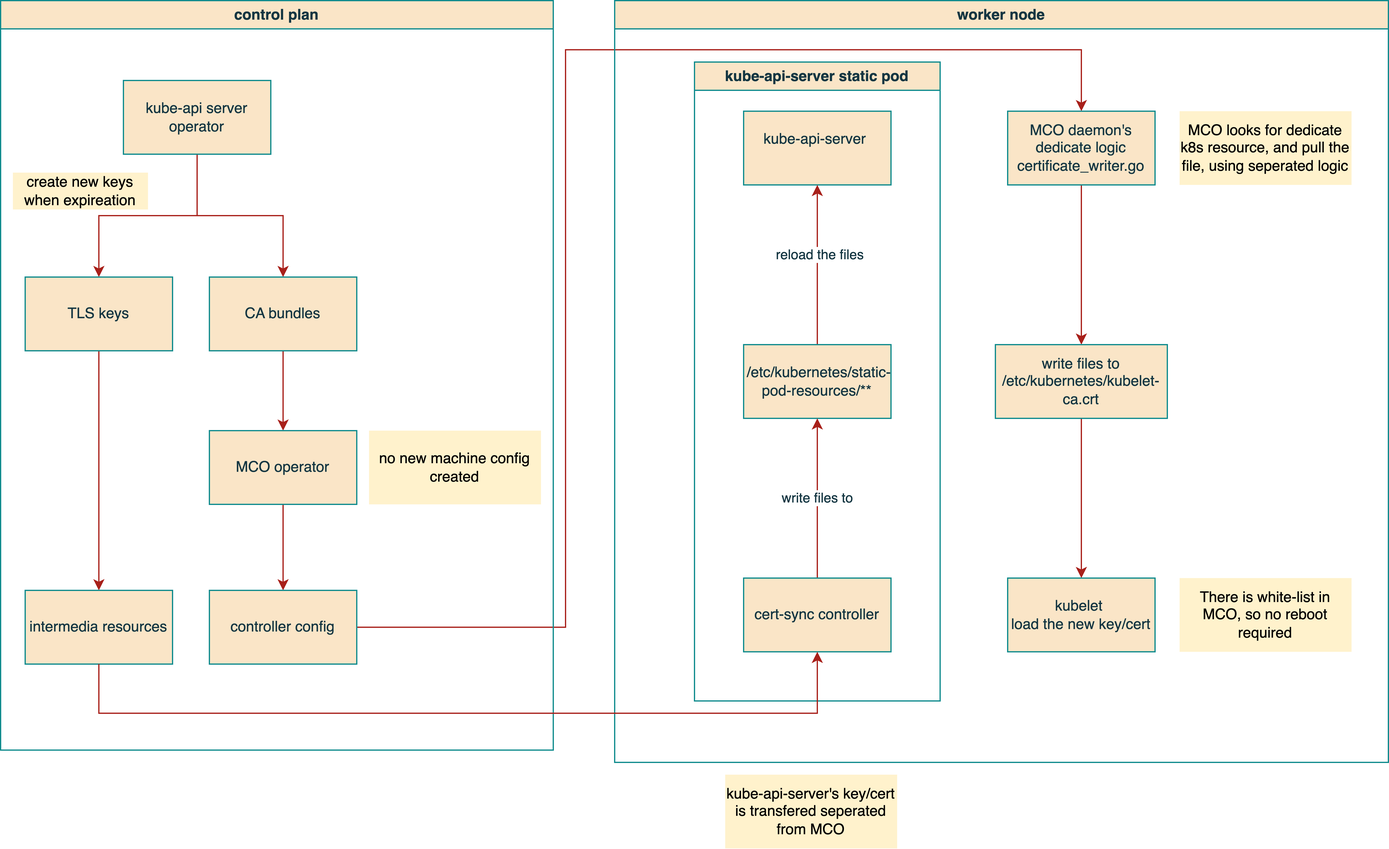
This is redhat/ocp4/4.16/dia/cert.rotation.drawio.png from wangzheng422/docker_env, a draw.io export, as it was before one commit. Source tidied: cells renumbered, new cells last; positions are measured from the earlier drawing's top-left corner, leaving out a move shared by most shapes.
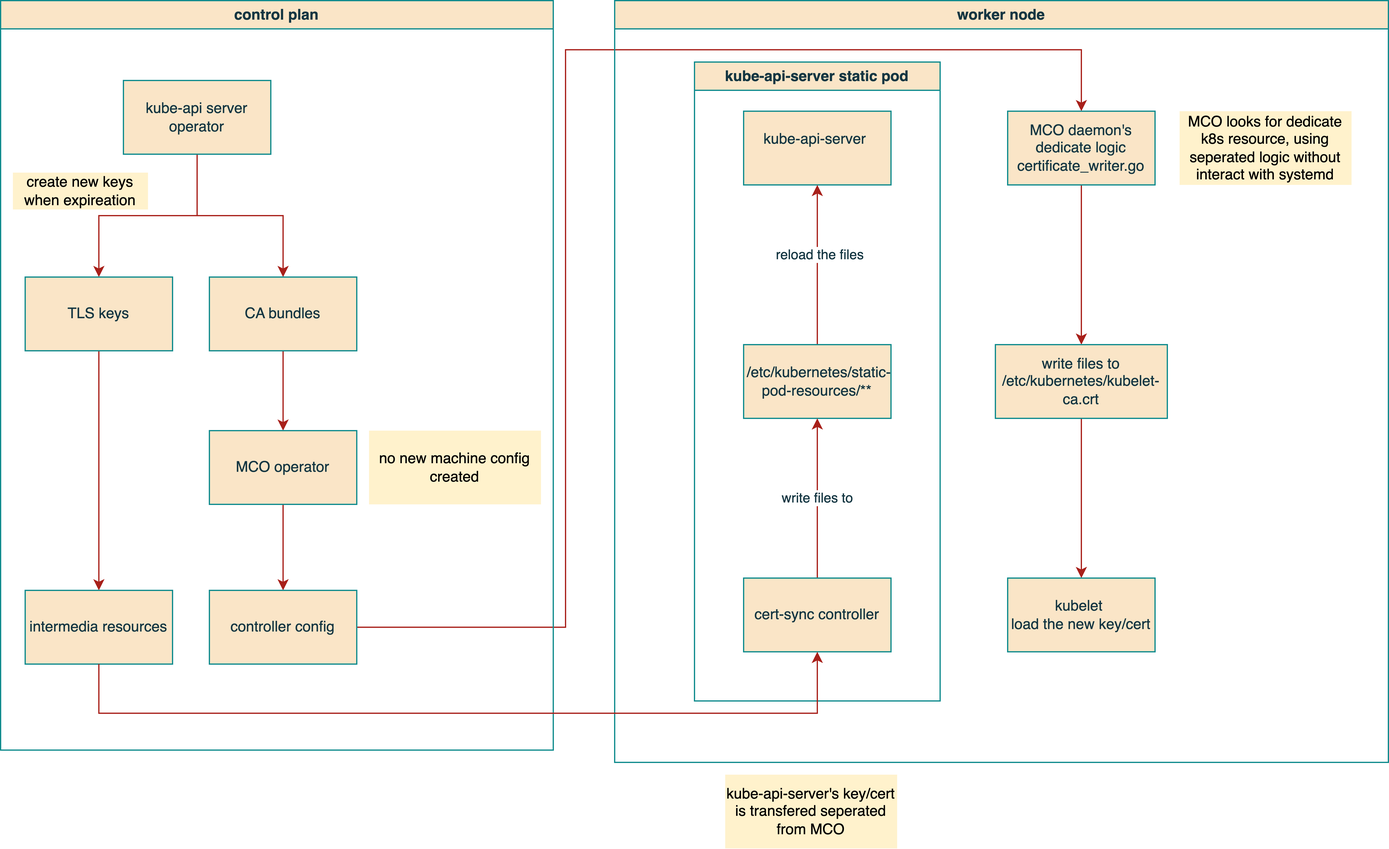
Above is the later version.

The edit, as a diff of the source:
```diff
@@ -71,7 +71,7 @@
     <mxCell id="22" value="kubelet&amp;nbsp;&lt;div&gt;load the new key/cert&lt;/div&gt;" style="rounded=0;whiteSpace=wrap;html=1;labelBackgroundColor=none;fillColor=#FAE5C7;strokeColor=#0F8B8D;fontColor=#143642;" parent="17" vertex="1">
       <mxGeometry x="320" y="470" width="120" height="60" as="geometry" />
     </mxCell>
-    <mxCell id="23" value="MCO looks for dedicate k8s resource, and pull the file, using seperated logic" style="text;html=1;align=center;verticalAlign=middle;whiteSpace=wrap;rounded=0;fillColor=#fff2cc;strokeColor=none;labelBackgroundColor=none;" parent="17" vertex="1">
+    <mxCell id="23" value="MCO looks for dedicate k8s resource, using seperated logic without interact with systemd" style="text;html=1;align=center;verticalAlign=middle;whiteSpace=wrap;rounded=0;fillColor=#fff2cc;strokeColor=none;labelBackgroundColor=none;" parent="17" vertex="1">
       <mxGeometry x="460" y="90" width="140" height="60" as="geometry" />
     </mxCell>
     <mxCell id="24" value="kube-api-server static pod" style="swimlane;whiteSpace=wrap;html=1;labelBackgroundColor=none;fillColor=#FAE5C7;strokeColor=#0F8B8D;fontColor=#143642;" parent="17" vertex="1">
@@ -103,9 +103,6 @@
     <mxCell id="32" value="cert-sync controller" style="rounded=0;whiteSpace=wrap;html=1;labelBackgroundColor=none;fillColor=#FAE5C7;strokeColor=#0F8B8D;fontColor=#143642;" parent="24" vertex="1">
       <mxGeometry x="40" y="420" width="120" height="60" as="geometry" />
     </mxCell>
-    <mxCell id="33" value="There is white-list in MCO, so no reboot required" style="text;html=1;align=center;verticalAlign=middle;whiteSpace=wrap;rounded=0;fillColor=#fff2cc;strokeColor=none;labelBackgroundColor=none;" parent="17" vertex="1">
-      <mxGeometry x="460" y="470" width="140" height="60" as="geometry" />
-    </mxCell>
     <mxCell id="34" style="edgeStyle=orthogonalEdgeStyle;rounded=0;jettySize=auto;html=1;entryX=0.5;entryY=1;entryDx=0;entryDy=0;strokeColor=#A8201A;fontColor=#143642;fillColor=#FAE5C7;" parent="1" edge="1" source="14" target="32">
       <mxGeometry relative="1" as="geometry">
         <Array as="points">
```
